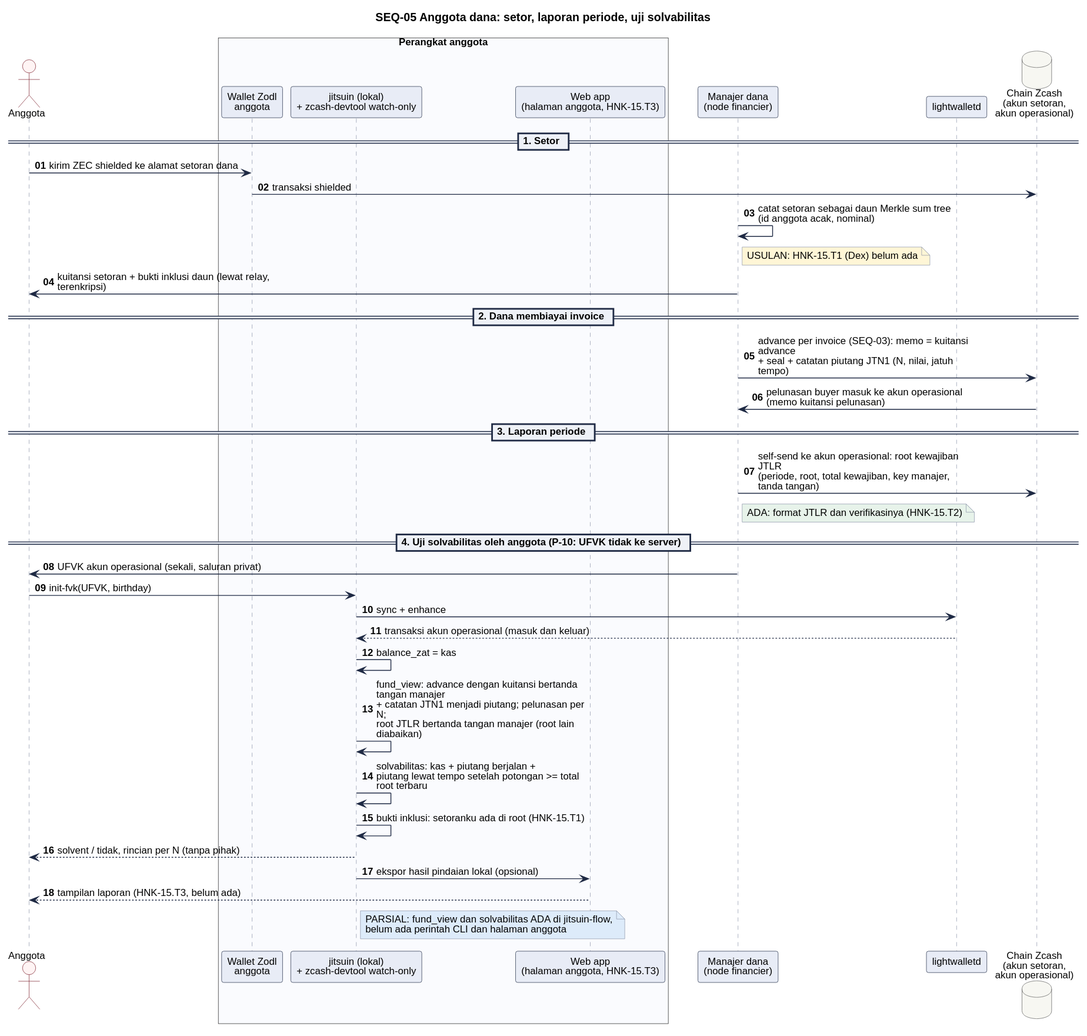
Earlier version of the PlantUML export 08-FlowDiagrams/assets/seq-05-fund.svg (JitsuinFi/jitsuinfi-vault). Source of this version:
```plantuml
@startuml
!include seq-style.iuml
title SEQ-05 Anggota dana: setor, laporan periode, uji solvabilitas
actor "Anggota" as M
box "Perangkat anggota" #FAFBFE
  participant "Wallet Zodl\nanggota" as ZM
  participant "jitsuin (lokal)\n+ zcash-devtool watch-only" as LOC
  participant "Web app\n(halaman anggota, HNK-15.T3)" as W
end box
participant "Manajer dana\n(node financier)" as MG
participant "lightwalletd" as LW
database "Chain Zcash\n(akun setoran,\nakun operasional)" as C

== 1. Setor ==
M -> ZM : kirim ZEC shielded ke alamat setoran dana
ZM -> C : transaksi shielded
MG -> MG : catat setoran sebagai daun Merkle sum tree\n(id anggota acak, nominal)
note right of MG #FFF6D6 : USULAN: HNK-15.T1 (Dex) belum ada
MG -> M : kuitansi setoran + bukti inklusi daun (lewat relay, terenkripsi)

== 2. Dana membiayai invoice ==
MG -> C : advance per invoice (SEQ-03): memo = kuitansi advance\n+ seal + catatan piutang JTN1 (N, nilai, jatuh tempo)
C -> MG : pelunasan buyer masuk ke akun operasional (memo kuitansi pelunasan)

== 3. Laporan periode ==
MG -> C : self-send ke akun operasional: root kewajiban JTLR\n(periode, root, total kewajiban, key manajer, tanda tangan)
note right of MG #E7F3EA : ADA: format JTLR dan verifikasinya (HNK-15.T2)

== 4. Uji solvabilitas oleh anggota (P-10: UFVK tidak ke server) ==
MG -> M : UFVK akun operasional (sekali, saluran privat)
M -> LOC : init-fvk(UFVK, birthday)
LOC -> LW : sync + enhance
LW --> LOC : transaksi akun operasional (masuk dan keluar)
LOC -> LOC : balance_zat = kas
LOC -> LOC : fund_view: advance dengan kuitansi bertanda tangan manajer\n+ catatan JTN1 menjadi piutang; pelunasan per N;\nroot JTLR bertanda tangan manajer (root lain diabaikan)
LOC -> LOC : solvabilitas: kas + piutang berjalan +\npiutang lewat tempo setelah potongan >= total root terbaru
LOC -> LOC : bukti inklusi: setoranku ada di root (HNK-15.T1)
LOC --> M : solvent / tidak, rincian per N (tanpa pihak)
LOC -> W : ekspor hasil pindaian lokal (opsional)
W --> M : tampilan laporan (HNK-15.T3, belum ada)
note right of LOC #DDEBFA
PARSIAL: fund_view dan solvabilitas ADA di jitsuin-flow,
belum ada perintah CLI dan halaman anggota
end note
@enduml
```
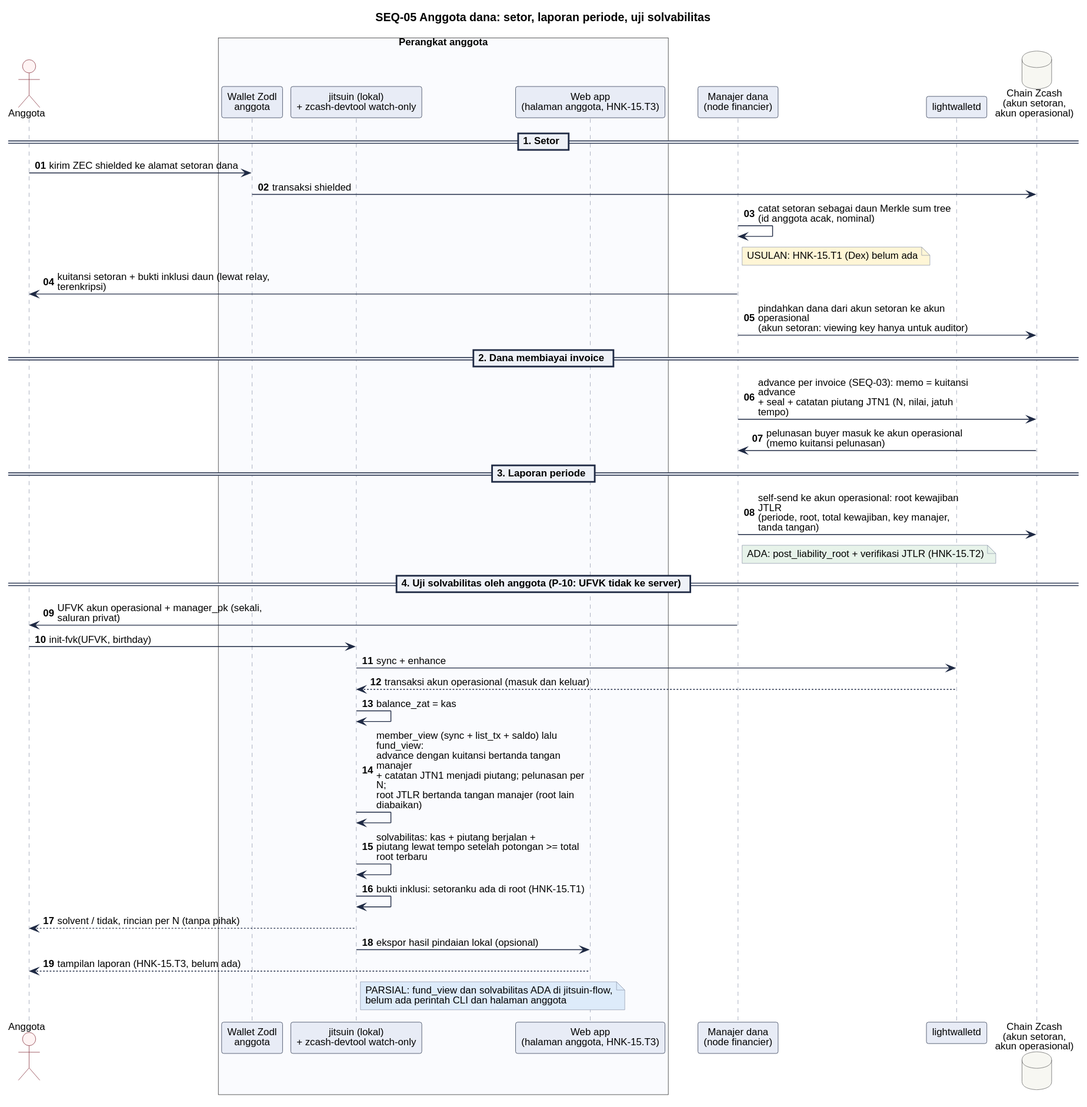
Later version of the same file.

Diff of the diagram source:
```diff
@@ -17,6 +17,7 @@
 MG -> MG : catat setoran sebagai daun Merkle sum tree\n(id anggota acak, nominal)
 note right of MG #FFF6D6 : USULAN: HNK-15.T1 (Dex) belum ada
 MG -> M : kuitansi setoran + bukti inklusi daun (lewat relay, terenkripsi)
+MG -> C : pindahkan dana dari akun setoran ke akun operasional\n(akun setoran: viewing key hanya untuk auditor)
 
 == 2. Dana membiayai invoice ==
 MG -> C : advance per invoice (SEQ-03): memo = kuitansi advance\n+ seal + catatan piutang JTN1 (N, nilai, jatuh tempo)
@@ -24,15 +25,15 @@
 
 == 3. Laporan periode ==
 MG -> C : self-send ke akun operasional: root kewajiban JTLR\n(periode, root, total kewajiban, key manajer, tanda tangan)
-note right of MG #E7F3EA : ADA: format JTLR dan verifikasinya (HNK-15.T2)
+note right of MG #E7F3EA : ADA: post_liability_root + verifikasi JTLR (HNK-15.T2)
 
 == 4. Uji solvabilitas oleh anggota (P-10: UFVK tidak ke server) ==
-MG -> M : UFVK akun operasional (sekali, saluran privat)
+MG -> M : UFVK akun operasional + manager_pk (sekali, saluran privat)
 M -> LOC : init-fvk(UFVK, birthday)
 LOC -> LW : sync + enhance
 LW --> LOC : transaksi akun operasional (masuk dan keluar)
 LOC -> LOC : balance_zat = kas
-LOC -> LOC : fund_view: advance dengan kuitansi bertanda tangan manajer\n+ catatan JTN1 menjadi piutang; pelunasan per N;\nroot JTLR bertanda tangan manajer (root lain diabaikan)
+LOC -> LOC : member_view (sync + list_tx + saldo) lalu fund_view:\nadvance dengan kuitansi bertanda tangan manajer\n+ catatan JTN1 menjadi piutang; pelunasan per N;\nroot JTLR bertanda tangan manajer (root lain diabaikan)
 LOC -> LOC : solvabilitas: kas + piutang berjalan +\npiutang lewat tempo setelah potongan >= total root terbaru
 LOC -> LOC : bukti inklusi: setoranku ada di root (HNK-15.T1)
 LOC --> M : solvent / tidak, rincian per N (tanpa pihak)
```
